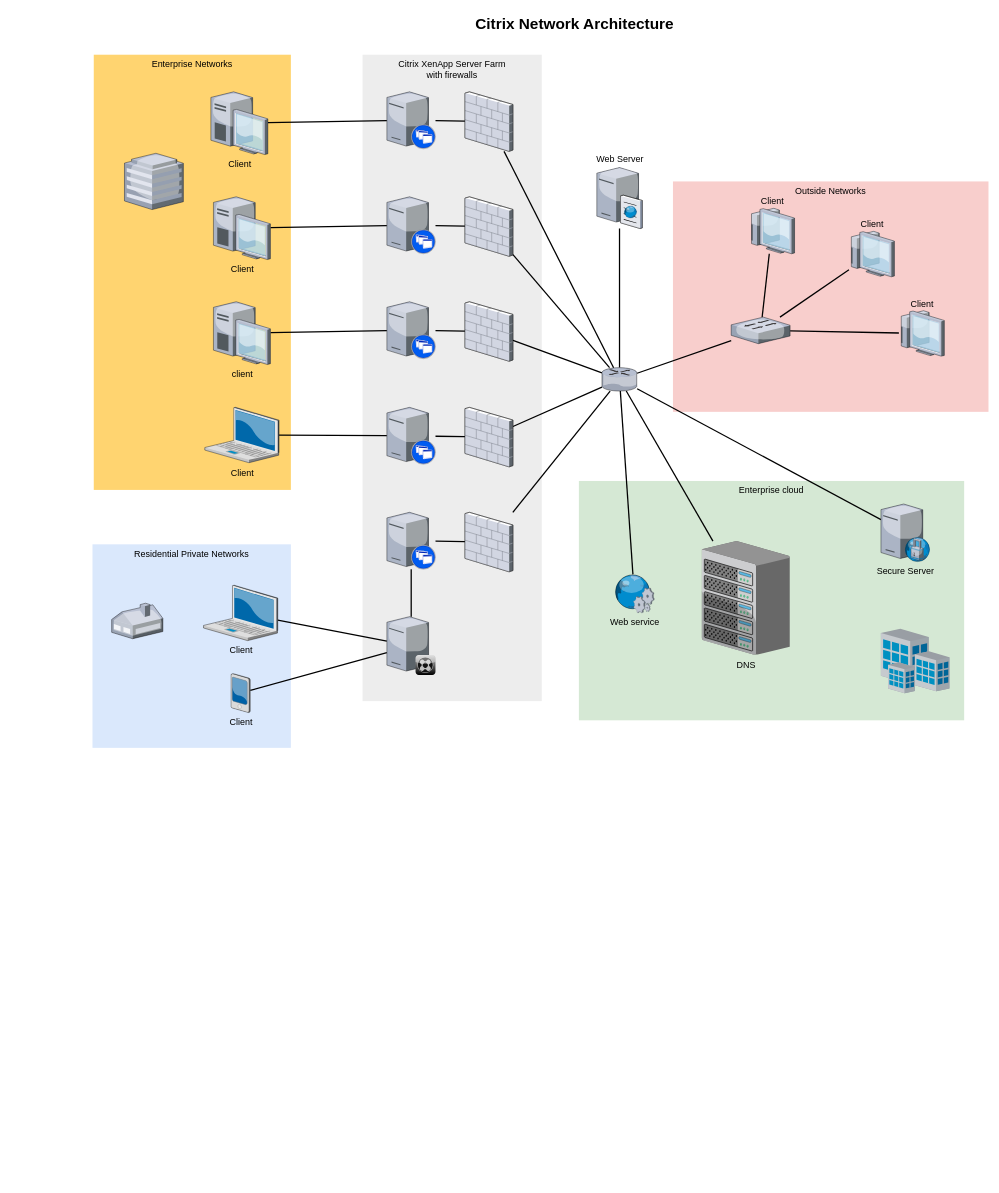
qingchao-kong/draw.io keeps this draw.io diagram as Untitled Diagram.drawio. Above is the earlier version. Source tidied: cells renumbered, new cells numbered last; positions are measured from the earlier drawing's top-left corner, leaving out a move shared by most shapes. Both pictures are drawn from the tidied source at 64%, with x=0, y=0 at pixel (92, 11).
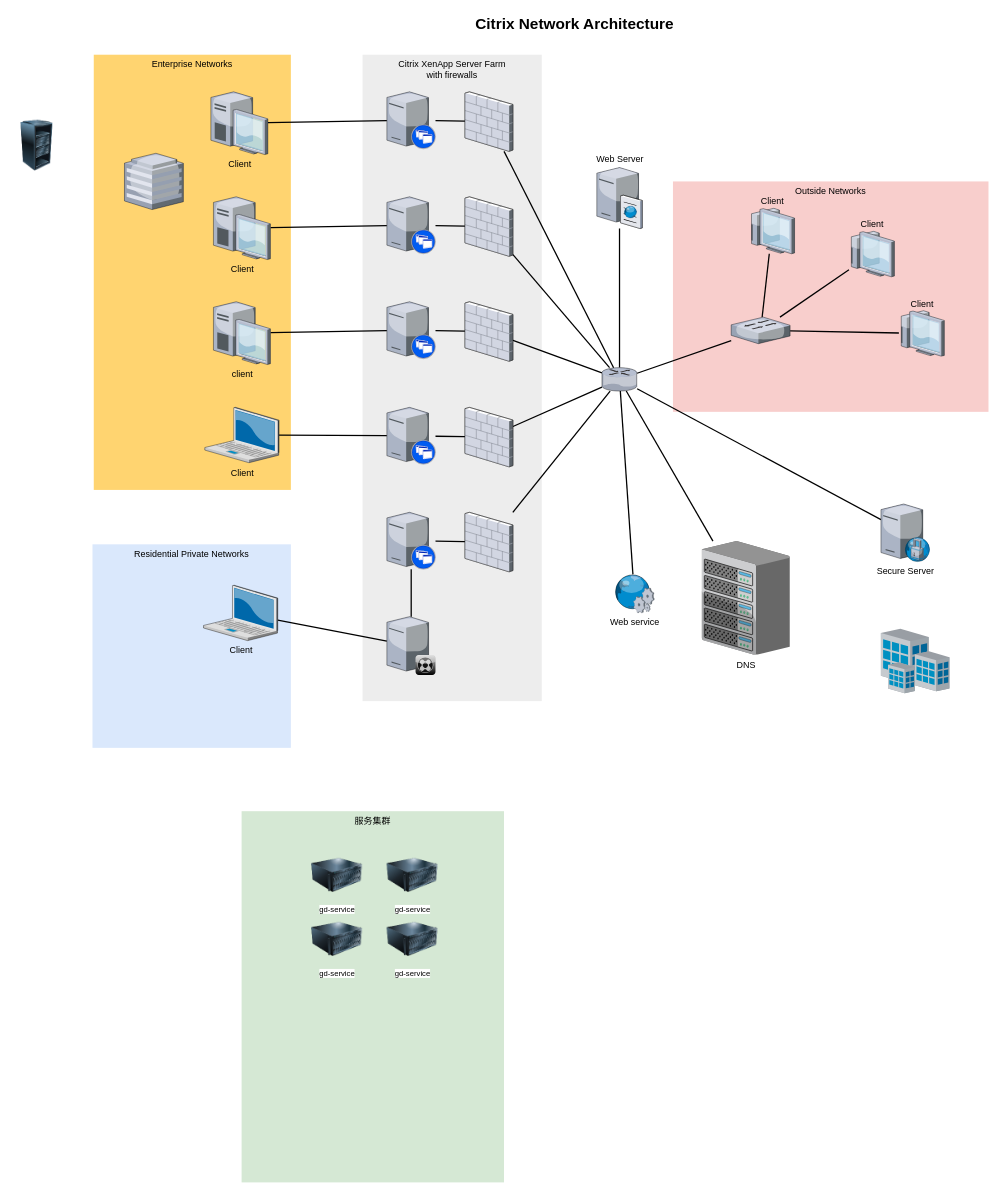
Above is the later version.

The change refers to these unchanged cells:
```xml
<mxCell id="35" style="verticalLabelPosition=bottom;html=1;verticalAlign=top;strokeColor=none;shape=mxgraph.citrix.xenclient_synchronizer;fillColor=#CCCCCC;gradientColor=#000000;gradientDirection=south;fontSize=14;" parent="1" vertex="1">
  <mxGeometry x="460" y="946" width="76" height="91" as="geometry" />
</mxCell>
```

What changed in the source:
```diff
@@
-    <mxCell id="3" value="Enterprise cloud" style="whiteSpace=wrap;html=1;fillColor=#d5e8d4;fontSize=14;strokeColor=none;verticalAlign=top;" parent="1" vertex="1">
-      <mxGeometry x="760" y="734" width="602" height="374" as="geometry" />
+    <mxCell id="3" value="服务集群" style="whiteSpace=wrap;html=1;fillColor=#d5e8d4;fontSize=14;strokeColor=none;verticalAlign=top;" parent="1" vertex="1">
+      <mxGeometry x="233" y="1250" width="410" height="580" as="geometry" />
     </mxCell>
@@
-    <mxCell id="17" style="edgeStyle=none;rounded=0;html=1;startSize=10;endSize=10;jettySize=auto;fontSize=14;endArrow=none;endFill=0;strokeWidth=2;" parent="1" edge="1" source="18" target="35">
-      <mxGeometry relative="1" as="geometry" />
-    </mxCell>
-    <mxCell id="18" value="Client" style="verticalLabelPosition=bottom;html=1;verticalAlign=top;strokeColor=none;shape=mxgraph.citrix.pda;fillColor=#66B2FF;gradientColor=#0066CC;fontSize=14;" parent="1" vertex="1">
-      <mxGeometry x="216.5" y="1035" width="30" height="61" as="geometry" />
-    </mxCell>
@@
-    <mxCell id="48" style="verticalLabelPosition=bottom;html=1;verticalAlign=top;strokeColor=none;shape=mxgraph.citrix.home_office;fillColor=#66B2FF;gradientColor=#0066CC;fontSize=14;" parent="1" vertex="1">
-      <mxGeometry x="30" y="925" width="80" height="55.5" as="geometry" />
-    </mxCell>
@@
+    <mxCell id="62" value="gd-service" style="image;html=1;image=img/lib/clip_art/computers/Server_128x128.png;" parent="1" vertex="1">
+      <mxGeometry x="342" y="1310" width="80" height="80" as="geometry" />
+    </mxCell>
+    <mxCell id="63" style="image;html=1;image=img/lib/clip_art/computers/Server_Rack_Partial_128x128.png;" parent="1" vertex="1">
+      <mxGeometry x="-127" y="170" width="80" height="80" as="geometry" />
+    </mxCell>
+    <mxCell id="64" value="gd-service" style="image;html=1;image=img/lib/clip_art/computers/Server_128x128.png;" parent="1" vertex="1">
+      <mxGeometry x="460" y="1310" width="80" height="80" as="geometry" />
+    </mxCell>
+    <mxCell id="65" value="gd-service" style="image;html=1;image=img/lib/clip_art/computers/Server_128x128.png;" parent="1" vertex="1">
+      <mxGeometry x="342" y="1410" width="80" height="80" as="geometry" />
+    </mxCell>
+    <mxCell id="66" value="gd-service" style="image;html=1;image=img/lib/clip_art/computers/Server_128x128.png;" parent="1" vertex="1">
+      <mxGeometry x="460" y="1410" width="80" height="80" as="geometry" />
+    </mxCell>
```
